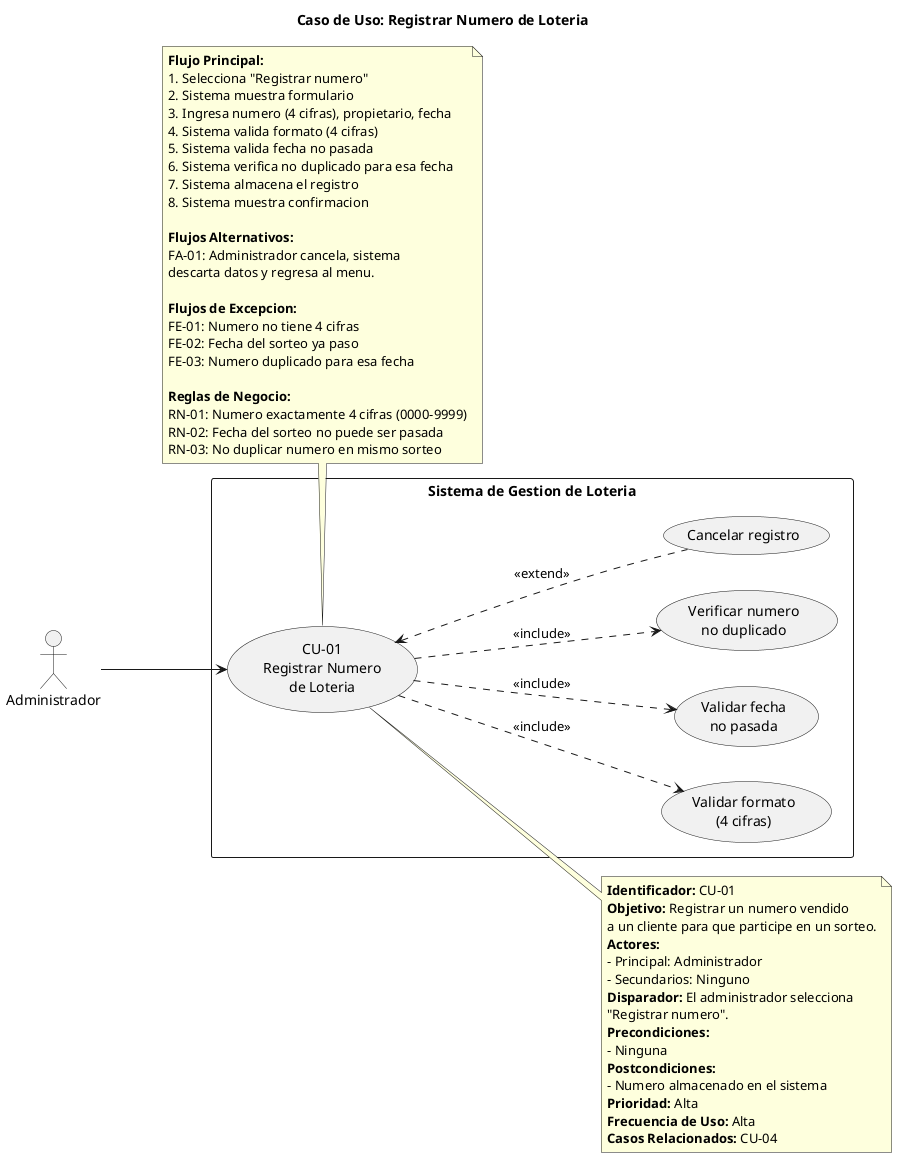
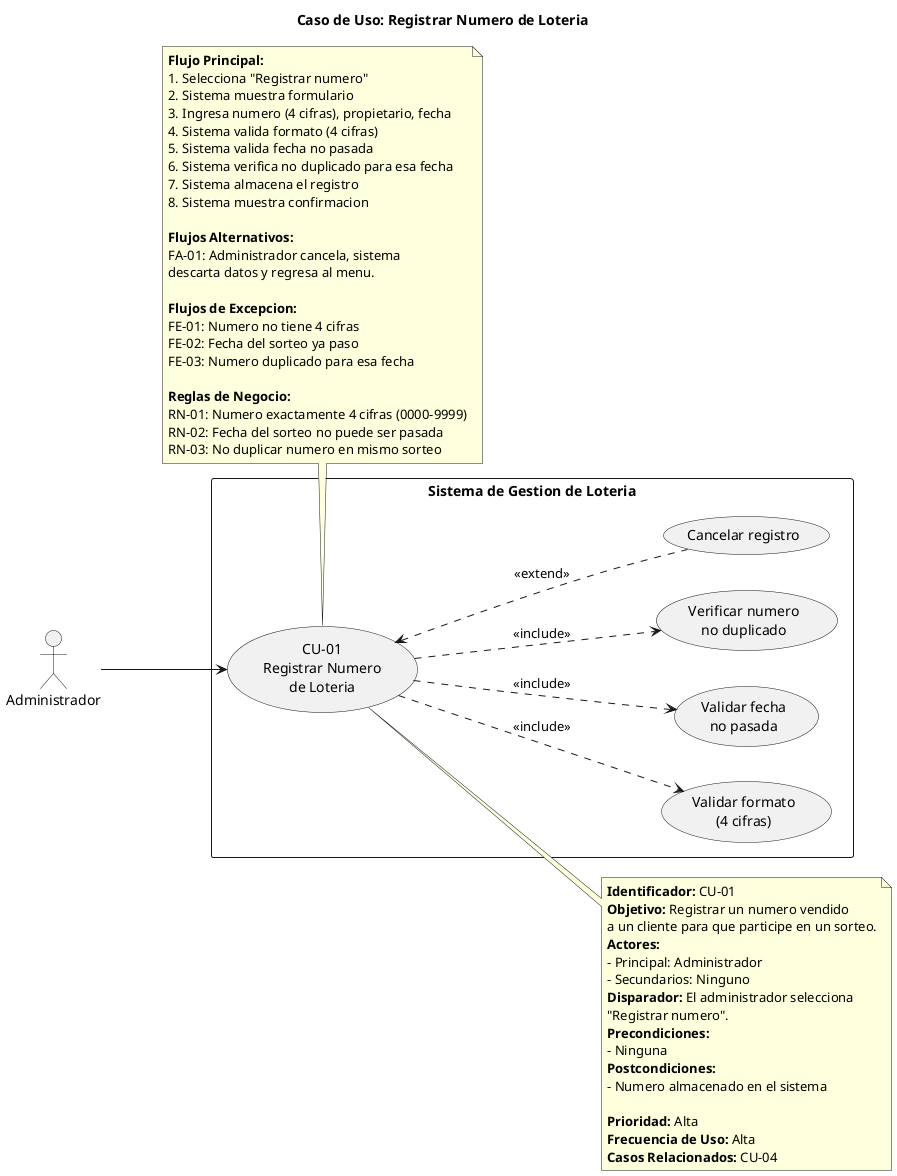
@startuml CU-01 Registrar Numero de Loteria

title Caso de Uso: Registrar Numero de Loteria

left to right direction

rectangle "Sistema de Gestion de Loteria" {

    usecase "CU-01\nRegistrar Numero\nde Loteria" as CU01

    usecase "Validar formato\n(4 cifras)" as VAL
    usecase "Validar fecha\nno pasada" as VALFECHA
    usecase "Verificar numero\nno duplicado" as DUP
    usecase "Cancelar registro" as CANCEL

    CU01 ..> VAL : <<include>>
    CU01 ..> VALFECHA : <<include>>
    CU01 ..> DUP : <<include>>
    CU01 <.. CANCEL : <<extend>>
}

actor "Administrador" as Admin

Admin --> CU01

note right of CU01
    **Identificador:** CU-01
    **Objetivo:** Registrar un numero vendido
    a un cliente para que participe en un sorteo.
    **Actores:**
    - Principal: Administrador
    - Secundarios: Ninguno
    **Disparador:** El administrador selecciona
    "Registrar numero".
    **Precondiciones:**
    - Ninguna
    **Postcondiciones:**
    - Numero almacenado en el sistema
+ 
    **Prioridad:** Alta
    **Frecuencia de Uso:** Alta
    **Casos Relacionados:** CU-04
end note

note bottom of CU01
    **Flujo Principal:**
    1. Selecciona "Registrar numero"
    2. Sistema muestra formulario
    3. Ingresa numero (4 cifras), propietario, fecha
    4. Sistema valida formato (4 cifras)
    5. Sistema valida fecha no pasada
    6. Sistema verifica no duplicado para esa fecha
    7. Sistema almacena el registro
    8. Sistema muestra confirmacion

    **Flujos Alternativos:**
    FA-01: Administrador cancela, sistema
    descarta datos y regresa al menu.

    **Flujos de Excepcion:**
    FE-01: Numero no tiene 4 cifras
    FE-02: Fecha del sorteo ya paso
    FE-03: Numero duplicado para esa fecha

    **Reglas de Negocio:**
    RN-01: Numero exactamente 4 cifras (0000-9999)
    RN-02: Fecha del sorteo no puede ser pasada
    RN-03: No duplicar numero en mismo sorteo
end note

@enduml
